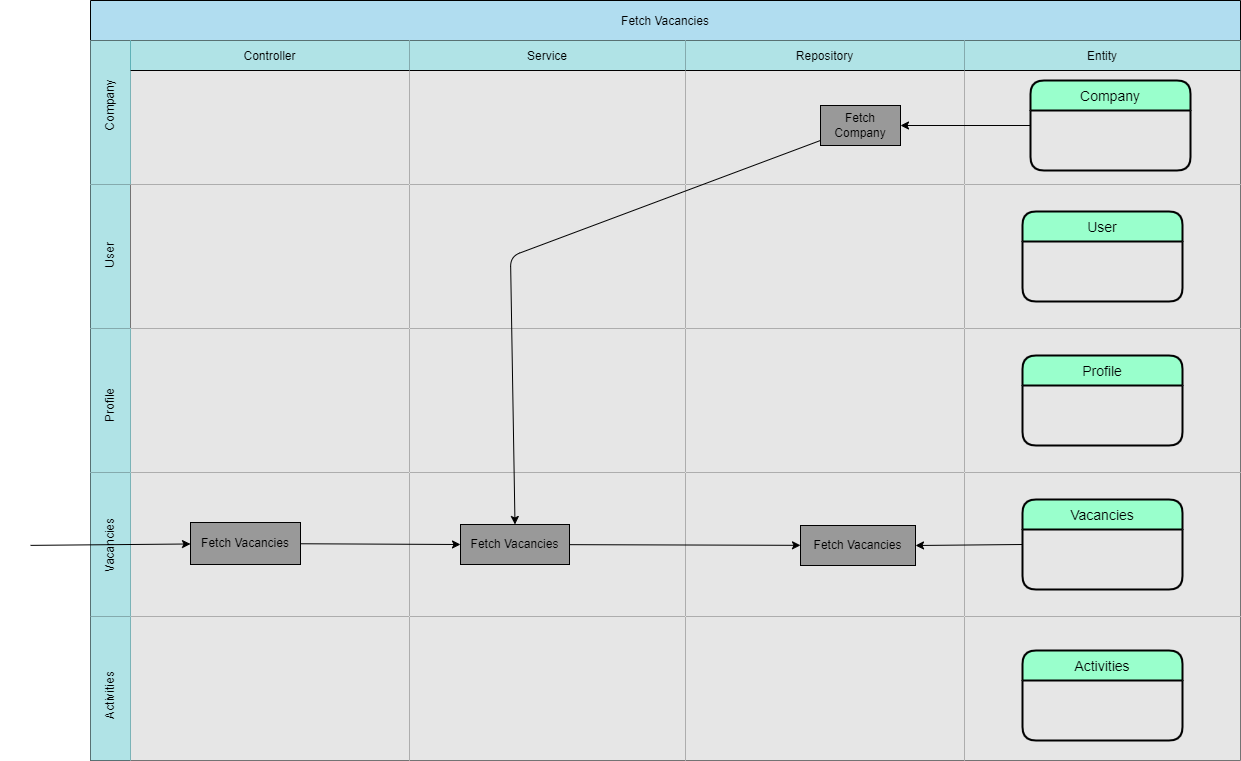
Before: documents/asd/VAC-ASD-Fetch-Vacancies-AS-v1.png, a diagram exported from draw.io (AaronSaya/educom-symfony-1690191754). Source tidied: cells renumbered, new cells last; positions are measured from the earlier drawing's top-left corner, leaving out a move shared by most shapes.
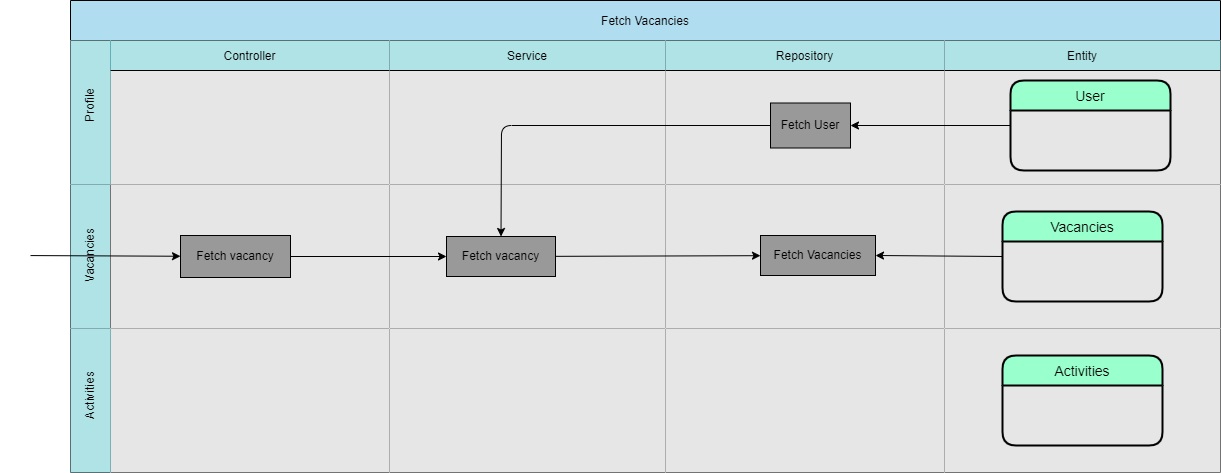
Above is the later version.

Change to the diagram source:
```diff
@@ -2,8 +2,8 @@
   <root>
     <mxCell id="0" />
     <mxCell id="1" parent="0" />
-    <mxCell id="2" value="Fetch Vacancies" style="shape=table;startSize=40;fillColor=#b1ddf0;strokeColor=#000000;fontColor=#000000;" parent="1" vertex="1">
-      <mxGeometry x="90" width="1150" height="760" as="geometry" />
+    <mxCell id="2" value="Fetch Vacancies" style="shape=table;startSize=40;fillColor=#b1ddf0;strokeColor=#000000;fontColor=#000000;" parent="1" vertex="1">
+      <mxGeometry x="90" width="1150" height="472" as="geometry" />
     </mxCell>
     <mxCell id="3" style="shape=tableRow;horizontal=0;swimlaneHead=0;swimlaneBody=0;top=0;left=0;bottom=0;right=0;fontStyle=0;fillColor=#b0e3e6;startSize=40;strokeColor=#0e8088;fontColor=#000000;" parent="2" vertex="1">
       <mxGeometry y="40" width="1150" height="144" as="geometry" />
@@ -17,13 +17,13 @@
     <mxCell id="6" value="Repository" style="swimlane;swimlaneHead=0;swimlaneBody=0;fontStyle=0;fillColor=#b0e3e6;startSize=30;strokeColor=#000000;fontColor=#000000;swimlaneFillColor=#E6E6E6;" parent="3" vertex="1">
       <mxGeometry x="595" width="279" height="144" as="geometry" />
     </mxCell>
-    <mxCell id="7" value="Fetch Company" style="whiteSpace=wrap;html=1;fillColor=#999999;fontColor=#000000;" parent="6" vertex="1">
-      <mxGeometry x="135" y="65" width="80" height="40" as="geometry" />
+    <mxCell id="7" value="Fetch User" style="whiteSpace=wrap;html=1;fillColor=#999999;fontColor=#000000;" parent="6" vertex="1">
+      <mxGeometry x="105" y="62.5" width="80" height="45" as="geometry" />
     </mxCell>
     <mxCell id="8" value="Entity" style="swimlane;swimlaneHead=0;swimlaneBody=0;fontStyle=0;fillColor=#b0e3e6;startSize=30;strokeColor=#000000;fontColor=#000000;swimlaneFillColor=#E6E6E6;" parent="3" vertex="1">
       <mxGeometry x="874" width="276" height="144" as="geometry" />
     </mxCell>
-    <mxCell id="9" value="Company" style="swimlane;horizontal=1;startSize=30;rounded=1;fontSize=14;fontStyle=0;strokeWidth=2;shadow=0;dashed=0;align=center;fillColor=#99FFCC;strokeColor=#000000;fontColor=#000000;" parent="8" vertex="1">
+    <mxCell id="9" value="User" style="swimlane;horizontal=1;startSize=30;rounded=1;fontSize=14;fontStyle=0;strokeWidth=2;shadow=0;dashed=0;align=center;fillColor=#99FFCC;strokeColor=#000000;fontColor=#000000;" parent="8" vertex="1">
       <mxGeometry x="66" y="40" width="160" height="90" as="geometry" />
     </mxCell>
     <mxCell id="10" style="edgeStyle=none;html=1;strokeColor=#000000;exitX=0;exitY=0.5;exitDx=0;exitDy=0;" parent="3" edge="1" source="9" target="7">
@@ -35,18 +35,36 @@
     <mxCell id="12" style="swimlane;swimlaneHead=0;swimlaneBody=0;fontStyle=0;fillColor=none;startSize=0;swimlaneFillColor=#E6E6E6;strokeColor=#000000;" parent="11" vertex="1">
       <mxGeometry x="40" width="279" height="144" as="geometry" />
     </mxCell>
+    <mxCell id="25" value="&lt;span style=&quot;&quot;&gt;Fetch&amp;nbsp;&lt;/span&gt;vacancy" style="whiteSpace=wrap;html=1;fillColor=#999999;fillStyle=auto;fontColor=#000000;" parent="12" vertex="1">
+      <mxGeometry x="70" y="51" width="110" height="42" as="geometry" />
+    </mxCell>
     <mxCell id="13" style="swimlane;swimlaneHead=0;swimlaneBody=0;fontStyle=0;fillColor=none;startSize=0;swimlaneFillColor=#E6E6E6;strokeColor=#000000;fontColor=#000000;" parent="11" vertex="1">
       <mxGeometry x="319" width="276" height="144" as="geometry" />
     </mxCell>
+    <mxCell id="27" value="&lt;span style=&quot;&quot;&gt;Fetch&amp;nbsp;&lt;/span&gt;vacancy" style="whiteSpace=wrap;html=1;fillColor=#999999;fontColor=#000000;" parent="13" vertex="1">
+      <mxGeometry x="57" y="52" width="109" height="40" as="geometry" />
+    </mxCell>
     <mxCell id="14" style="swimlane;swimlaneHead=0;swimlaneBody=0;fontStyle=0;fillColor=none;startSize=0;swimlaneFillColor=#E6E6E6;strokeColor=#000000;" parent="11" vertex="1">
       <mxGeometry x="595" width="279" height="144" as="geometry" />
     </mxCell>
+    <mxCell id="29" value="&lt;span style=&quot;&quot;&gt;Fetch&amp;nbsp;&lt;/span&gt;Vacancies" style="whiteSpace=wrap;html=1;fillColor=#999999;fontColor=#000000;align=center;" parent="14" vertex="1">
+      <mxGeometry x="95" y="51" width="115" height="40" as="geometry" />
+    </mxCell>
     <mxCell id="15" style="swimlane;swimlaneHead=0;swimlaneBody=0;fontStyle=0;fillColor=none;startSize=0;swimlaneFillColor=#E6E6E6;strokeColor=#000000;" parent="11" vertex="1">
       <mxGeometry x="874" width="276" height="144" as="geometry" />
     </mxCell>
-    <mxCell id="16" value="User" style="swimlane;horizontal=1;startSize=30;rounded=1;fontSize=14;fontStyle=0;strokeWidth=2;shadow=0;dashed=0;align=center;fillColor=#99FFCC;strokeColor=#000000;fontColor=#000000;" parent="15" vertex="1">
+    <mxCell id="16" value="Vacancies" style="swimlane;horizontal=1;startSize=30;rounded=1;fontSize=14;fontStyle=0;strokeWidth=2;shadow=0;dashed=0;align=center;fillColor=#99FFCC;strokeColor=#000000;fontColor=#000000;" parent="15" vertex="1">
       <mxGeometry x="58" y="27" width="160" height="90" as="geometry" />
     </mxCell>
+    <mxCell id="33" style="edgeStyle=none;html=1;entryX=0;entryY=0.5;entryDx=0;entryDy=0;strokeColor=#000000;" parent="11" edge="1" source="25" target="27">
+      <mxGeometry relative="1" as="geometry" />
+    </mxCell>
+    <mxCell id="32" style="edgeStyle=none;html=1;strokeColor=#000000;" parent="11" edge="1" source="27" target="29">
+      <mxGeometry relative="1" as="geometry" />
+    </mxCell>
+    <mxCell id="49" style="edgeStyle=none;html=1;exitX=0;exitY=0.5;exitDx=0;exitDy=0;entryX=1;entryY=0.5;entryDx=0;entryDy=0;strokeColor=#000000;" parent="11" edge="1" source="16" target="29">
+      <mxGeometry relative="1" as="geometry" />
+    </mxCell>
     <mxCell id="17" style="shape=tableRow;horizontal=0;swimlaneHead=0;swimlaneBody=0;top=0;left=0;bottom=0;right=0;fontStyle=0;fillColor=#b0e3e6;startSize=40;strokeColor=#0e8088;" parent="2" vertex="1">
       <mxGeometry y="328" width="1150" height="144" as="geometry" />
     </mxCell>
@@ -62,90 +80,30 @@
     <mxCell id="21" style="swimlane;swimlaneHead=0;swimlaneBody=0;fontStyle=0;fillColor=none;startSize=0;swimlaneFillColor=#E6E6E6;strokeColor=#000000;" parent="17" vertex="1">
       <mxGeometry x="874" width="276" height="144" as="geometry" />
     </mxCell>
-    <mxCell id="22" value="Profile" style="swimlane;horizontal=1;startSize=30;rounded=1;fontSize=14;fontStyle=0;strokeWidth=2;shadow=0;dashed=0;align=center;fillColor=#99FFCC;strokeColor=#000000;fontColor=#000000;" parent="21" vertex="1">
+    <mxCell id="22" value="Activities" style="swimlane;horizontal=1;startSize=30;rounded=1;fontSize=14;fontStyle=0;strokeWidth=2;shadow=0;dashed=0;align=center;fillColor=#99FFCC;strokeColor=#000000;fontColor=#000000;" parent="21" vertex="1">
       <mxGeometry x="58" y="27" width="160" height="90" as="geometry" />
     </mxCell>
-    <mxCell id="23" style="shape=tableRow;horizontal=0;swimlaneHead=0;swimlaneBody=0;top=0;left=0;bottom=0;right=0;fontStyle=0;fillColor=#b0e3e6;startSize=40;strokeColor=#0e8088;" parent="2" vertex="1">
-      <mxGeometry y="472" width="1150" height="144" as="geometry" />
-    </mxCell>
-    <mxCell id="24" style="swimlane;swimlaneHead=0;swimlaneBody=0;fontStyle=0;fillColor=none;startSize=0;swimlaneFillColor=#E6E6E6;strokeColor=#000000;" parent="23" vertex="1">
-      <mxGeometry x="40" width="279" height="144" as="geometry" />
-    </mxCell>
-    <mxCell id="25" value="&lt;span style=&quot;&quot;&gt;Fetch&amp;nbsp;&lt;/span&gt;Vacancies" style="whiteSpace=wrap;html=1;fillColor=#999999;fillStyle=auto;fontColor=#000000;" parent="24" vertex="1">
-      <mxGeometry x="60" y="50" width="110" height="42" as="geometry" />
-    </mxCell>
-    <mxCell id="26" style="swimlane;swimlaneHead=0;swimlaneBody=0;fontStyle=0;fillColor=none;startSize=0;swimlaneFillColor=#E6E6E6;strokeColor=#000000;" parent="23" vertex="1">
-      <mxGeometry x="319" width="276" height="144" as="geometry" />
-    </mxCell>
-    <mxCell id="27" value="Fetch Vacancies" style="whiteSpace=wrap;html=1;fillColor=#999999;fontColor=#000000;" parent="26" vertex="1">
-      <mxGeometry x="51" y="52" width="109" height="40" as="geometry" />
-    </mxCell>
-    <mxCell id="28" style="swimlane;swimlaneHead=0;swimlaneBody=0;fontStyle=0;fillColor=none;startSize=0;swimlaneFillColor=#E6E6E6;strokeColor=#000000;" parent="23" vertex="1">
-      <mxGeometry x="595" width="279" height="144" as="geometry" />
-    </mxCell>
-    <mxCell id="29" value="Fetch Vacancies" style="whiteSpace=wrap;html=1;fillColor=#999999;fontColor=#000000;align=center;" parent="28" vertex="1">
-      <mxGeometry x="115" y="53" width="115" height="40" as="geometry" />
-    </mxCell>
-    <mxCell id="30" style="swimlane;swimlaneHead=0;swimlaneBody=0;fontStyle=0;fillColor=none;startSize=0;swimlaneFillColor=#E6E6E6;" parent="23" vertex="1">
-      <mxGeometry x="874" width="276" height="144" as="geometry" />
-    </mxCell>
-    <mxCell id="31" value="Vacancies" style="swimlane;horizontal=1;startSize=30;rounded=1;fontSize=14;fontStyle=0;strokeWidth=2;shadow=0;dashed=0;align=center;fillColor=#99FFCC;strokeColor=#000000;fontColor=#000000;" parent="30" vertex="1">
-      <mxGeometry x="58" y="27" width="160" height="90" as="geometry" />
-    </mxCell>
-    <mxCell id="32" style="edgeStyle=none;html=1;strokeColor=#000000;" parent="23" edge="1" source="27" target="29">
-      <mxGeometry relative="1" as="geometry" />
-    </mxCell>
-    <mxCell id="33" style="edgeStyle=none;html=1;entryX=0;entryY=0.5;entryDx=0;entryDy=0;strokeColor=#000000;" parent="23" edge="1" source="25" target="27">
-      <mxGeometry relative="1" as="geometry" />
-    </mxCell>
-    <mxCell id="34" style="edgeStyle=none;html=1;exitX=0;exitY=0.5;exitDx=0;exitDy=0;entryX=1;entryY=0.5;entryDx=0;entryDy=0;strokeColor=#000000;" parent="23" edge="1" source="31" target="29">
-      <mxGeometry relative="1" as="geometry" />
-    </mxCell>
-    <mxCell id="35" style="shape=tableRow;horizontal=0;swimlaneHead=0;swimlaneBody=0;top=0;left=0;bottom=0;right=0;fontStyle=0;fillColor=#b0e3e6;startSize=40;strokeColor=#0e8088;" parent="2" vertex="1">
-      <mxGeometry y="616" width="1150" height="144" as="geometry" />
-    </mxCell>
-    <mxCell id="36" style="swimlane;swimlaneHead=0;swimlaneBody=0;fontStyle=0;fillColor=none;startSize=0;swimlaneFillColor=#E6E6E6;strokeColor=#000000;" parent="35" vertex="1">
-      <mxGeometry x="40" width="279" height="144" as="geometry" />
-    </mxCell>
-    <mxCell id="37" style="swimlane;swimlaneHead=0;swimlaneBody=0;fontStyle=0;fillColor=none;startSize=0;swimlaneFillColor=#E6E6E6;strokeColor=#000000;" parent="35" vertex="1">
-      <mxGeometry x="319" width="276" height="144" as="geometry" />
-    </mxCell>
-    <mxCell id="38" style="swimlane;swimlaneHead=0;swimlaneBody=0;fontStyle=0;fillColor=none;startSize=0;swimlaneFillColor=#E6E6E6;strokeColor=#000000;" parent="35" vertex="1">
-      <mxGeometry x="595" width="279" height="144" as="geometry" />
-    </mxCell>
-    <mxCell id="39" style="swimlane;swimlaneHead=0;swimlaneBody=0;fontStyle=0;fillColor=none;startSize=0;swimlaneFillColor=#E6E6E6;strokeColor=#000000;" parent="35" vertex="1">
-      <mxGeometry x="874" width="276" height="144" as="geometry" />
-    </mxCell>
-    <mxCell id="40" value="Activities" style="swimlane;horizontal=1;startSize=30;rounded=1;fontSize=14;fontStyle=0;strokeWidth=2;shadow=0;dashed=0;align=center;fillColor=#99FFCC;strokeColor=#000000;fontColor=#000000;" parent="39" vertex="1">
-      <mxGeometry x="58" y="34" width="160" height="90" as="geometry" />
-    </mxCell>
-    <mxCell id="41" style="edgeStyle=none;html=1;entryX=0.5;entryY=0;entryDx=0;entryDy=0;strokeColor=#000000;" parent="2" edge="1" source="7" target="27">
+    <mxCell id="41" style="edgeStyle=none;html=1;entryX=0.5;entryY=0;entryDx=0;entryDy=0;exitX=0;exitY=0.5;exitDx=0;exitDy=0;strokeColor=#000000;" parent="2" edge="1" source="7" target="27">
       <mxGeometry relative="1" as="geometry">
         <Array as="points">
-          <mxPoint x="420" y="256" />
+          <mxPoint x="431" y="125" />
         </Array>
       </mxGeometry>
     </mxCell>
-    <mxCell id="42" value="&lt;font color=&quot;#000000&quot;&gt;Company&lt;/font&gt;" style="text;strokeColor=none;align=center;fillColor=none;html=1;verticalAlign=middle;whiteSpace=wrap;rounded=0;rotation=-90;" parent="1" vertex="1">
-      <mxGeometry x="80" y="90" width="60" height="30" as="geometry" />
-    </mxCell>
-    <mxCell id="43" value="&lt;font color=&quot;#000000&quot;&gt;User&lt;/font&gt;" style="text;strokeColor=none;align=center;fillColor=none;html=1;verticalAlign=middle;whiteSpace=wrap;rounded=0;rotation=-90;" parent="1" vertex="1">
-      <mxGeometry x="80" y="240" width="60" height="30" as="geometry" />
-    </mxCell>
     <mxCell id="44" value="&lt;font color=&quot;#000000&quot;&gt;Profile&lt;/font&gt;" style="text;strokeColor=none;align=center;fillColor=none;html=1;verticalAlign=middle;whiteSpace=wrap;rounded=0;rotation=-90;" parent="1" vertex="1">
-      <mxGeometry x="80" y="390" width="60" height="30" as="geometry" />
+      <mxGeometry x="80" y="90" width="60" height="30" as="geometry" />
     </mxCell>
     <mxCell id="45" value="&lt;font color=&quot;#000000&quot;&gt;Vacancies&lt;/font&gt;" style="text;strokeColor=none;align=center;fillColor=none;html=1;verticalAlign=middle;whiteSpace=wrap;rounded=0;rotation=-90;" parent="1" vertex="1">
-      <mxGeometry x="80" y="530" width="60" height="30" as="geometry" />
+      <mxGeometry x="80" y="240" width="60" height="30" as="geometry" />
     </mxCell>
     <mxCell id="46" value="&lt;font color=&quot;#000000&quot;&gt;Activities&lt;/font&gt;" style="text;strokeColor=none;align=center;fillColor=none;html=1;verticalAlign=middle;whiteSpace=wrap;rounded=0;rotation=-90;" parent="1" vertex="1">
-      <mxGeometry x="80" y="680" width="60" height="30" as="geometry" />
+      <mxGeometry x="80" y="380" width="60" height="30" as="geometry" />
     </mxCell>
     <mxCell id="47" style="edgeStyle=none;html=1;strokeColor=#000000;" parent="1" edge="1" source="48" target="25">
       <mxGeometry relative="1" as="geometry" />
     </mxCell>
     <mxCell id="48" value="&lt;font color=&quot;#ffffff&quot;&gt;Actor&lt;/font&gt;" style="shape=umlActor;verticalLabelPosition=bottom;verticalAlign=top;html=1;outlineConnect=0;strokeColor=#FFFFFF;fillColor=none;" parent="1" vertex="1">
-      <mxGeometry y="515" width="30" height="60" as="geometry" />
+      <mxGeometry x="20" y="225" width="30" height="60" as="geometry" />
     </mxCell>
   </root>
 </mxGraphModel>
```
